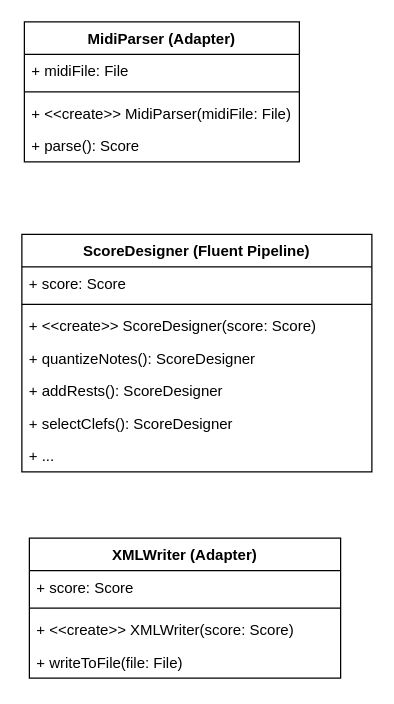
Earlier version of the draw.io diagram docs/flowcharts/3 classes.drawio (Bingergie/midi2musicxml). Source tidied: cells renumbered, new cells numbered last; positions are measured from the earlier drawing's top-left corner, leaving out a move shared by most shapes. Both pictures are drawn from the tidied source at 125%, with x=0, y=0 at pixel (21, 21).
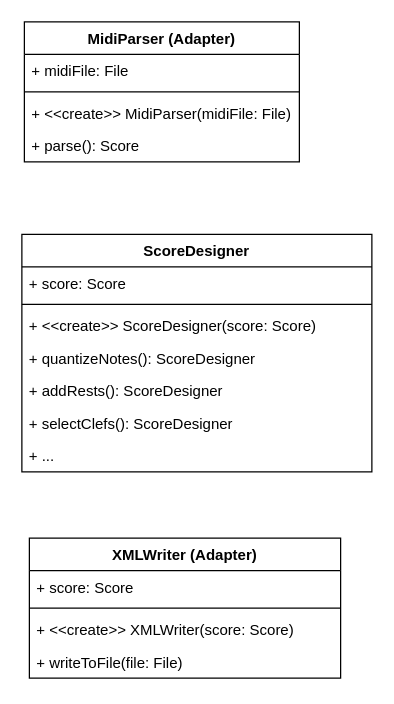
The same diagram, later.

Change to the diagram source:
```diff
@@
 <mxGraphModel>
   <root>
     <mxCell id="0" />
     <mxCell id="1" parent="0" />
     <mxCell id="2" value="MidiParser (Adapter)" style="swimlane;fontStyle=1;align=center;verticalAlign=top;horizontal=1;startSize=26;whiteSpace=wrap;html=1;" parent="1" vertex="1">
       <mxGeometry x="2" width="220" height="112" as="geometry" />
     </mxCell>
     <mxCell id="3" value="+ midiFile: File" style="text;strokeColor=none;fillColor=none;align=left;verticalAlign=top;spacingLeft=4;spacingRight=4;overflow=hidden;whiteSpace=wrap;html=1;" parent="2" vertex="1">
       <mxGeometry y="26" width="220" height="26" as="geometry" />
     </mxCell>
     <mxCell id="4" style="line;strokeWidth=1;fillColor=none;align=left;verticalAlign=middle;spacingTop=-1;spacingLeft=3;spacingRight=3;labelPosition=right;strokeColor=inherit;" parent="2" vertex="1">
       <mxGeometry y="52" width="220" height="8" as="geometry" />
     </mxCell>
     <mxCell id="5" value="+ &amp;lt;&amp;lt;create&amp;gt;&amp;gt; MidiParser(midiFile: File)" style="text;strokeColor=none;fillColor=none;align=left;verticalAlign=top;spacingLeft=4;spacingRight=4;overflow=hidden;whiteSpace=wrap;html=1;" parent="2" vertex="1">
       <mxGeometry y="60" width="220" height="26" as="geometry" />
     </mxCell>
     <mxCell id="6" value="+ parse(): Score" style="text;strokeColor=none;fillColor=none;align=left;verticalAlign=top;spacingLeft=4;spacingRight=4;overflow=hidden;whiteSpace=wrap;html=1;" parent="2" vertex="1">
       <mxGeometry y="86" width="220" height="26" as="geometry" />
     </mxCell>
-    <mxCell id="7" value="ScoreDesigner (Fluent Pipeline)" style="swimlane;fontStyle=1;align=center;verticalAlign=top;horizontal=1;startSize=26;whiteSpace=wrap;html=1;" parent="1" vertex="1">
+    <mxCell id="7" value="ScoreDesigner" style="swimlane;fontStyle=1;align=center;verticalAlign=top;horizontal=1;startSize=26;whiteSpace=wrap;html=1;" parent="1" vertex="1">
       <mxGeometry y="170" width="280" height="190" as="geometry" />
     </mxCell>
     <mxCell id="8" value="+ score: Score" style="text;strokeColor=none;fillColor=none;align=left;verticalAlign=top;spacingLeft=4;spacingRight=4;overflow=hidden;whiteSpace=wrap;html=1;" parent="7" vertex="1">
       <mxGeometry y="26" width="280" height="26" as="geometry" />
     </mxCell>
     <mxCell id="9" style="line;strokeWidth=1;fillColor=none;align=left;verticalAlign=middle;spacingTop=-1;spacingLeft=3;spacingRight=3;labelPosition=right;strokeColor=inherit;" parent="7" vertex="1">
       <mxGeometry y="52" width="280" height="8" as="geometry" />
     </mxCell>
     <mxCell id="10" value="+ &amp;lt;&amp;lt;create&amp;gt;&amp;gt; ScoreDesigner(score: Score)" style="text;strokeColor=none;fillColor=none;align=left;verticalAlign=top;spacingLeft=4;spacingRight=4;overflow=hidden;whiteSpace=wrap;html=1;" parent="7" vertex="1">
       <mxGeometry y="60" width="280" height="26" as="geometry" />
     </mxCell>
     <mxCell id="11" value="+ quantizeNotes(): ScoreDesigner" style="text;strokeColor=none;fillColor=none;align=left;verticalAlign=top;spacingLeft=4;spacingRight=4;overflow=hidden;whiteSpace=wrap;html=1;" parent="7" vertex="1">
       <mxGeometry y="86" width="280" height="26" as="geometry" />
     </mxCell>
     <mxCell id="12" value="+ addRests(): ScoreDesigner" style="text;strokeColor=none;fillColor=none;align=left;verticalAlign=top;spacingLeft=4;spacingRight=4;overflow=hidden;whiteSpace=wrap;html=1;" parent="7" vertex="1">
       <mxGeometry y="112" width="280" height="26" as="geometry" />
     </mxCell>
     <mxCell id="13" value="+ selectClefs(): ScoreDesigner" style="text;strokeColor=none;fillColor=none;align=left;verticalAlign=top;spacingLeft=4;spacingRight=4;overflow=hidden;whiteSpace=wrap;html=1;" parent="7" vertex="1">
       <mxGeometry y="138" width="280" height="26" as="geometry" />
     </mxCell>
     <mxCell id="14" value="+ ..." style="text;strokeColor=none;fillColor=none;align=left;verticalAlign=top;spacingLeft=4;spacingRight=4;overflow=hidden;whiteSpace=wrap;html=1;" parent="7" vertex="1">
       <mxGeometry y="164" width="280" height="26" as="geometry" />
     </mxCell>
     <mxCell id="15" value="XMLWriter (Adapter)" style="swimlane;fontStyle=1;align=center;verticalAlign=top;horizontal=1;startSize=26;whiteSpace=wrap;html=1;" parent="1" vertex="1">
       <mxGeometry x="6" y="413" width="249" height="112" as="geometry" />
     </mxCell>
     <mxCell id="16" value="+ score: Score" style="text;strokeColor=none;fillColor=none;align=left;verticalAlign=top;spacingLeft=4;spacingRight=4;overflow=hidden;whiteSpace=wrap;html=1;" parent="15" vertex="1">
       <mxGeometry y="26" width="249" height="26" as="geometry" />
     </mxCell>
     <mxCell id="17" style="line;strokeWidth=1;fillColor=none;align=left;verticalAlign=middle;spacingTop=-1;spacingLeft=3;spacingRight=3;labelPosition=right;strokeColor=inherit;" parent="15" vertex="1">
       <mxGeometry y="52" width="249" height="8" as="geometry" />
     </mxCell>
     <mxCell id="18" value="+ &amp;lt;&amp;lt;create&amp;gt;&amp;gt; XMLWriter(score: Score)" style="text;strokeColor=none;fillColor=none;align=left;verticalAlign=top;spacingLeft=4;spacingRight=4;overflow=hidden;whiteSpace=wrap;html=1;" parent="15" vertex="1">
       <mxGeometry y="60" width="249" height="26" as="geometry" />
     </mxCell>
     <mxCell id="19" value="+ writeToFile(file: File)" style="text;strokeColor=none;fillColor=none;align=left;verticalAlign=top;spacingLeft=4;spacingRight=4;overflow=hidden;whiteSpace=wrap;html=1;" parent="15" vertex="1">
       <mxGeometry y="86" width="249" height="26" as="geometry" />
     </mxCell>
   </root>
 </mxGraphModel>
```
